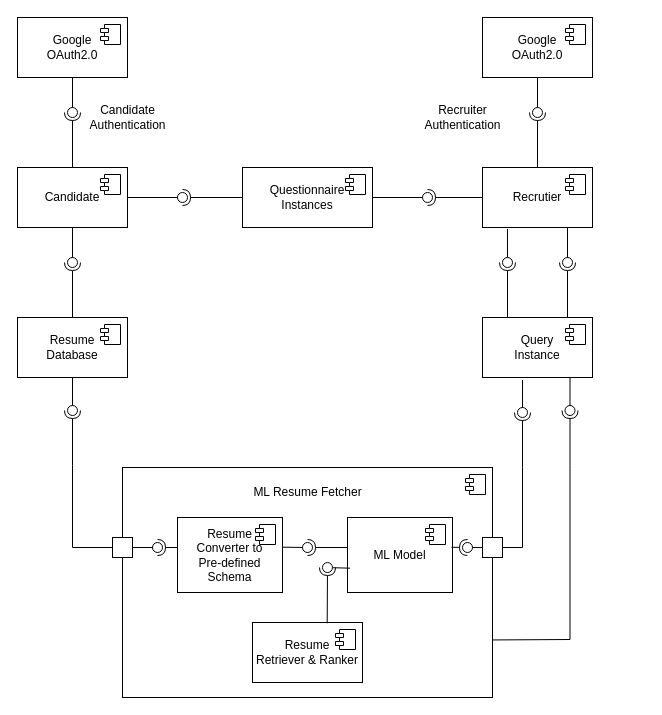
Above: diagrams/Component Diagram.drawio in ParthKapoor-dev/Purity.AI (draw.io), before the change. Source tidied: cells renumbered, new cells numbered last; positions are measured from the earlier drawing's top-left corner, leaving out a move shared by most shapes. Both pictures are drawn from the tidied source at 100%, with x=0, y=0 at pixel (17, 17).
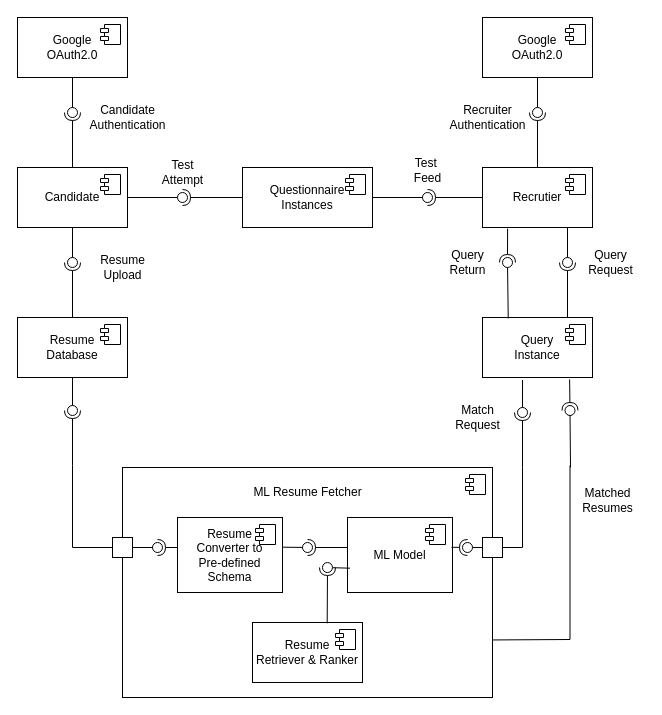
Above is the later version.

Unchanged cells that the change refers to:
```xml
<mxCell id="18" value="Recrutier" style="html=1;whiteSpace=wrap;" parent="1" vertex="1">
  <mxGeometry x="465" y="150" width="110" height="60" as="geometry" />
</mxCell>
<mxCell id="31" value="Query&lt;br&gt;Instance" style="html=1;whiteSpace=wrap;" parent="1" vertex="1">
  <mxGeometry x="465" y="300" width="110" height="60" as="geometry" />
</mxCell>
<mxCell id="35" style="ellipse;whiteSpace=wrap;html=1;align=center;fillColor=none;strokeColor=none;perimeter=centerPerimeter;points=[];outlineConnect=1;" parent="1" vertex="1">
  <mxGeometry x="485" y="240" width="10" height="10" as="geometry" />
</mxCell>
<mxCell id="47" style="ellipse;whiteSpace=wrap;html=1;align=center;fillColor=none;strokeColor=none;perimeter=centerPerimeter;points=[];outlineConnect=1;" parent="1" vertex="1">
  <mxGeometry x="547.5" y="388" width="10" height="10" as="geometry" />
</mxCell>
```

What changed in the source:
```diff
@@
     <mxCell id="25" value="Recruiter&lt;br&gt;Authentication" style="text;html=1;align=center;verticalAlign=middle;strokeColor=none;fillColor=none;" parent="1" vertex="1">
-      <mxGeometry x="395" y="80" width="100" height="40" as="geometry" />
+      <mxGeometry x="420" y="80" width="100" height="40" as="geometry" />
     </mxCell>
@@
-    <mxCell id="33" style="rounded=0;jettySize=auto;html=1;endArrow=halfCircle;endFill=0;endSize=6;strokeWidth=1;sketch=0;exitX=0.5;exitY=0;exitDx=0;exitDy=0;" parent="1" edge="1" target="35">
-      <mxGeometry relative="1" as="geometry">
-        <mxPoint x="490" y="300" as="sourcePoint" />
-      </mxGeometry>
+    <mxCell id="33" style="rounded=0;jettySize=auto;html=1;endArrow=halfCircle;endFill=0;endSize=6;strokeWidth=1;sketch=0;exitX=0.228;exitY=1.019;exitDx=0;exitDy=0;exitPerimeter=0;" parent="1" edge="1" source="18" target="35">
+      <mxGeometry relative="1" as="geometry" />
     </mxCell>
-    <mxCell id="34" style="rounded=0;jettySize=auto;html=1;endArrow=oval;endFill=0;sketch=0;sourcePerimeterSpacing=0;targetPerimeterSpacing=0;endSize=10;exitX=0.227;exitY=1.024;exitDx=0;exitDy=0;exitPerimeter=0;" parent="1" edge="1" source="18" target="35">
+    <mxCell id="34" style="rounded=0;jettySize=auto;html=1;endArrow=oval;endFill=0;sketch=0;sourcePerimeterSpacing=0;targetPerimeterSpacing=0;endSize=10;exitX=0.234;exitY=0.016;exitDx=0;exitDy=0;exitPerimeter=0;" parent="1" edge="1" source="31" target="35">
       <mxGeometry relative="1" as="geometry" />
     </mxCell>
@@
-    <mxCell id="45" style="rounded=0;jettySize=auto;html=1;endArrow=halfCircle;endFill=0;endSize=6;strokeWidth=1;sketch=0;exitX=0.5;exitY=0;exitDx=0;exitDy=0;" parent="1" edge="1" target="47">
-      <mxGeometry relative="1" as="geometry">
-        <mxPoint x="552.5" y="448" as="sourcePoint" />
-      </mxGeometry>
+    <mxCell id="45" style="rounded=0;jettySize=auto;html=1;endArrow=halfCircle;endFill=0;endSize=6;strokeWidth=1;sketch=0;exitX=0.792;exitY=1.031;exitDx=0;exitDy=0;exitPerimeter=0;" parent="1" edge="1" source="31" target="47">
+      <mxGeometry relative="1" as="geometry" />
     </mxCell>
-    <mxCell id="46" style="rounded=0;jettySize=auto;html=1;endArrow=oval;endFill=0;sketch=0;sourcePerimeterSpacing=0;targetPerimeterSpacing=0;endSize=10;exitX=0.364;exitY=1.041;exitDx=0;exitDy=0;exitPerimeter=0;" parent="1" edge="1" target="47">
+    <mxCell id="46" style="rounded=0;jettySize=auto;html=1;endArrow=oval;endFill=0;sketch=0;sourcePerimeterSpacing=0;targetPerimeterSpacing=0;endSize=10;" parent="1" edge="1" target="47">
       <mxGeometry relative="1" as="geometry">
-        <mxPoint x="552.5" y="360" as="sourcePoint" />
+        <mxPoint x="553" y="450" as="sourcePoint" />
       </mxGeometry>
     </mxCell>
@@
+    <mxCell id="79" value="Resume&lt;br&gt;Upload" style="text;html=1;align=center;verticalAlign=middle;strokeColor=none;fillColor=none;" parent="1" vertex="1">
+      <mxGeometry x="70" y="230" width="70" height="40" as="geometry" />
+    </mxCell>
+    <mxCell id="80" value="Test&lt;br&gt;Attempt" style="text;html=1;align=center;verticalAlign=middle;strokeColor=none;fillColor=none;" parent="1" vertex="1">
+      <mxGeometry x="135" y="135" width="60" height="40" as="geometry" />
+    </mxCell>
+    <mxCell id="81" value="Test&amp;nbsp;&lt;div&gt;Feed&lt;/div&gt;" style="text;html=1;align=center;verticalAlign=middle;strokeColor=none;fillColor=none;" parent="1" vertex="1">
+      <mxGeometry x="385" y="133" width="50" height="40" as="geometry" />
+    </mxCell>
+    <mxCell id="82" value="Query&lt;br&gt;Return" style="text;html=1;align=center;verticalAlign=middle;strokeColor=none;fillColor=none;" parent="1" vertex="1">
+      <mxGeometry x="420" y="225" width="60" height="40" as="geometry" />
+    </mxCell>
+    <mxCell id="83" value="Query&lt;br&gt;Request" style="text;html=1;align=center;verticalAlign=middle;strokeColor=none;fillColor=none;" parent="1" vertex="1">
+      <mxGeometry x="557.5" y="225" width="70" height="40" as="geometry" />
+    </mxCell>
+    <mxCell id="84" value="Match&lt;br&gt;Request" style="text;html=1;align=center;verticalAlign=middle;strokeColor=none;fillColor=none;" parent="1" vertex="1">
+      <mxGeometry x="425" y="380" width="70" height="40" as="geometry" />
+    </mxCell>
+    <mxCell id="85" value="Matched&lt;br&gt;Resumes" style="text;html=1;align=center;verticalAlign=middle;strokeColor=none;fillColor=none;" parent="1" vertex="1">
+      <mxGeometry x="555" y="463" width="70" height="40" as="geometry" />
+    </mxCell>
```
